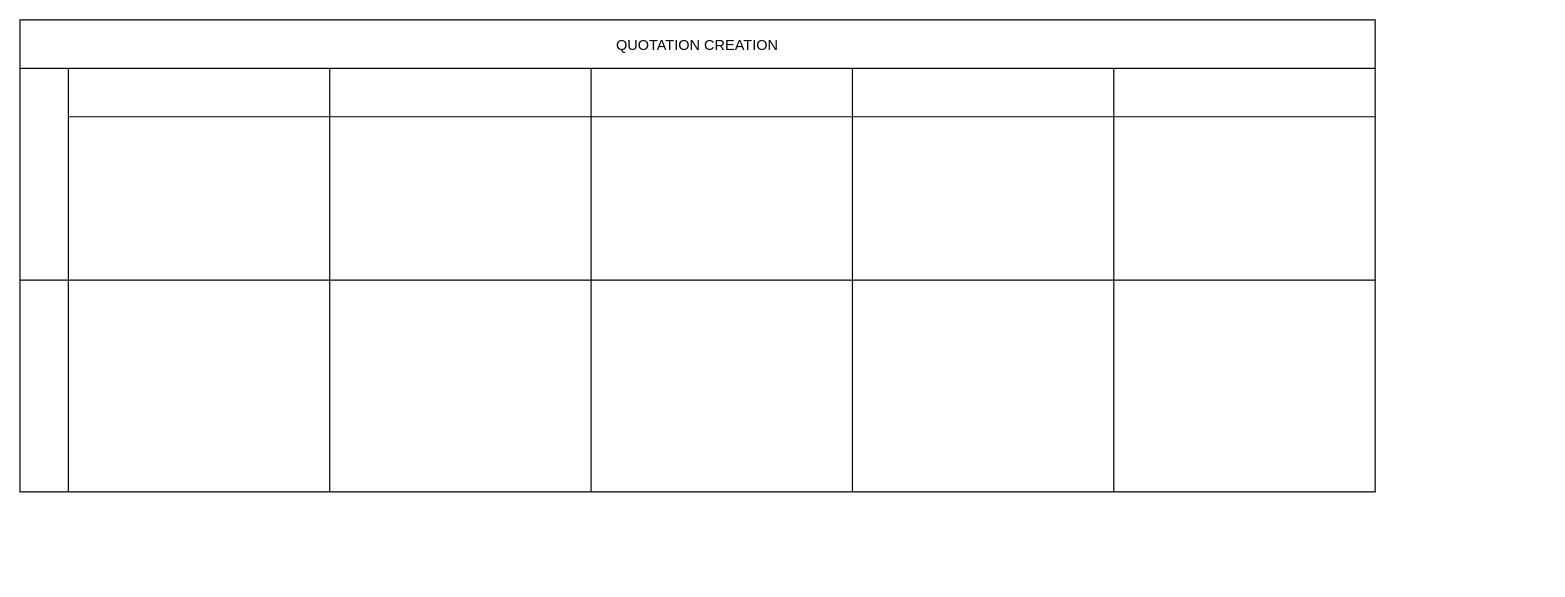
The draw.io diagram SGB/SGBG_Quotation.drawio in Iswariya-LMNAs/Diagrams, before the edit. Source tidied: cells renumbered, new cells numbered last; positions are measured from the earlier drawing's top-left corner, leaving out a move shared by most shapes. Both pictures are drawn from the tidied source at 121%, with x=0, y=0 at pixel (19, 19).
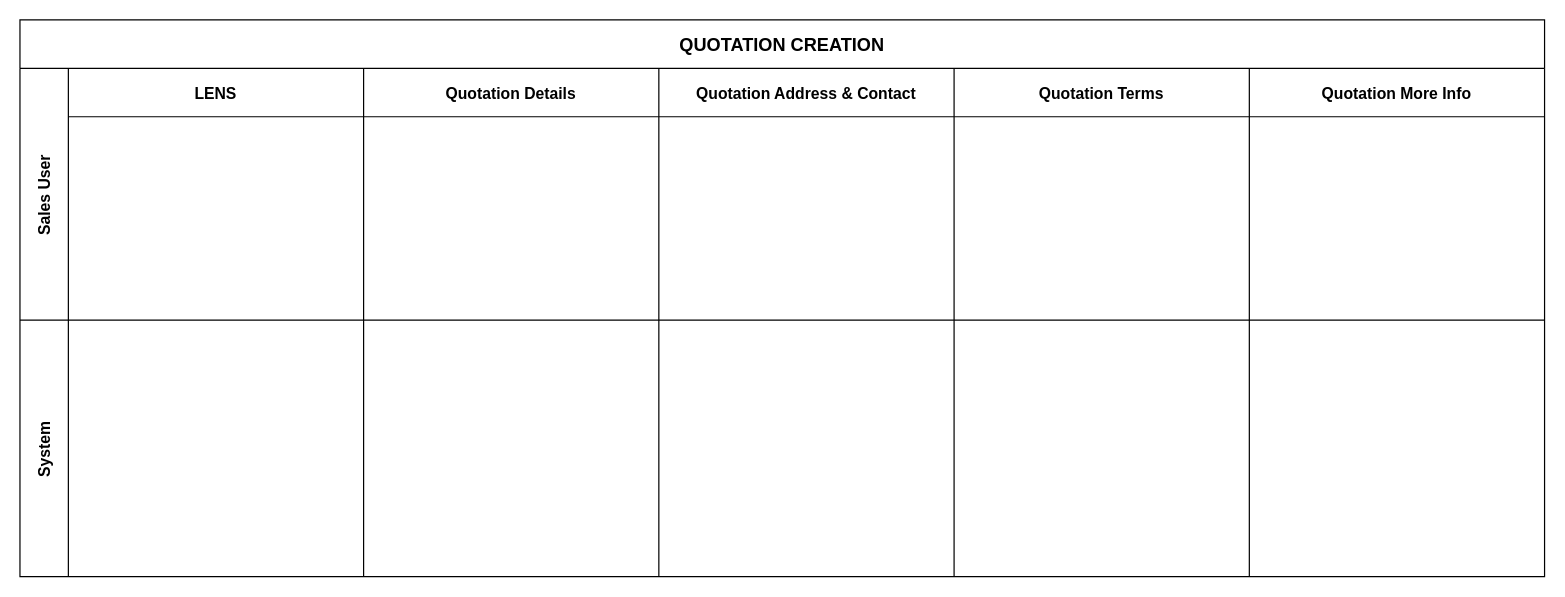
The same diagram, later.

What changed in the source:
```diff
@@
 <mxGraphModel>
   <root>
     <mxCell id="0" />
     <mxCell id="1" parent="0" />
-    <mxCell id="2" value="QUOTATION CREATION" style="shape=table;childLayout=tableLayout;startSize=40;" parent="1" vertex="1">
-      <mxGeometry width="1120" height="390" as="geometry" />
+    <mxCell id="2" value="QUOTATION CREATION" style="shape=table;childLayout=tableLayout;startSize=40;fontSize=15;fontStyle=1;" parent="1" vertex="1">
+      <mxGeometry width="1260" height="460" as="geometry" />
     </mxCell>
-    <mxCell id="3" style="shape=tableRow;horizontal=0;swimlaneHead=0;swimlaneBody=0;top=0;left=0;strokeColor=inherit;bottom=0;right=0;fontStyle=0;fillColor=none;startSize=40;" parent="2" vertex="1">
-      <mxGeometry y="40" width="1120" height="175" as="geometry" />
+    <mxCell id="3" value="Sales User" style="shape=tableRow;horizontal=0;swimlaneHead=0;swimlaneBody=0;top=0;left=0;strokeColor=inherit;bottom=0;right=0;fontStyle=1;fillColor=none;startSize=40;fontSize=13;" parent="2" vertex="1">
+      <mxGeometry y="40" width="1260" height="208" as="geometry" />
     </mxCell>
-    <mxCell id="4" style="swimlane;swimlaneHead=0;swimlaneBody=0;fontStyle=0;strokeColor=inherit;fillColor=none;startSize=40;" parent="3" vertex="1">
-      <mxGeometry x="40" width="216" height="175" as="geometry" />
+    <mxCell id="4" value="LENS" style="swimlane;swimlaneHead=0;swimlaneBody=0;fontStyle=1;strokeColor=inherit;fillColor=none;startSize=40;fontSize=13;" parent="3" vertex="1">
+      <mxGeometry x="40" width="244" height="208" as="geometry" />
     </mxCell>
-    <mxCell id="5" style="swimlane;swimlaneHead=0;swimlaneBody=0;fontStyle=0;strokeColor=inherit;fillColor=none;startSize=40;" parent="3" vertex="1">
-      <mxGeometry x="256" width="216" height="175" as="geometry" />
+    <mxCell id="5" value="Quotation Details" style="swimlane;swimlaneHead=0;swimlaneBody=0;fontStyle=1;strokeColor=inherit;fillColor=none;startSize=40;fontSize=13;" parent="3" vertex="1">
+      <mxGeometry x="284" width="244" height="208" as="geometry" />
     </mxCell>
-    <mxCell id="6" style="swimlane;swimlaneHead=0;swimlaneBody=0;fontStyle=0;strokeColor=inherit;fillColor=none;startSize=40;" parent="3" vertex="1">
-      <mxGeometry x="472" width="216" height="175" as="geometry" />
+    <mxCell id="6" value="Quotation Address &amp; Contact" style="swimlane;swimlaneHead=0;swimlaneBody=0;fontStyle=1;strokeColor=inherit;fillColor=none;startSize=40;fontSize=13;" parent="3" vertex="1">
+      <mxGeometry x="528" width="244" height="208" as="geometry" />
     </mxCell>
-    <mxCell id="7" style="swimlane;swimlaneHead=0;swimlaneBody=0;fontStyle=0;strokeColor=inherit;fillColor=none;startSize=40;" parent="3" vertex="1">
-      <mxGeometry x="688" width="216" height="175" as="geometry" />
+    <mxCell id="7" value="Quotation Terms" style="swimlane;swimlaneHead=0;swimlaneBody=0;fontStyle=1;strokeColor=inherit;fillColor=none;startSize=40;fontSize=13;" parent="3" vertex="1">
+      <mxGeometry x="772" width="244" height="208" as="geometry" />
     </mxCell>
-    <mxCell id="8" style="swimlane;swimlaneHead=0;swimlaneBody=0;fontStyle=0;strokeColor=inherit;fillColor=none;startSize=40;" parent="3" vertex="1">
-      <mxGeometry x="904" width="216" height="175" as="geometry" />
+    <mxCell id="8" value="Quotation More Info" style="swimlane;swimlaneHead=0;swimlaneBody=0;fontStyle=1;strokeColor=inherit;fillColor=none;startSize=40;fontSize=13;" parent="3" vertex="1">
+      <mxGeometry x="1016" width="244" height="208" as="geometry" />
     </mxCell>
-    <mxCell id="9" style="shape=tableRow;horizontal=0;swimlaneHead=0;swimlaneBody=0;top=0;left=0;strokeColor=inherit;bottom=0;right=0;fontStyle=0;fillColor=none;startSize=40;" parent="2" vertex="1">
-      <mxGeometry y="215" width="1120" height="175" as="geometry" />
+    <mxCell id="9" value="System" style="shape=tableRow;horizontal=0;swimlaneHead=0;swimlaneBody=0;top=0;left=0;strokeColor=inherit;bottom=0;right=0;fontStyle=1;fillColor=none;startSize=40;fontSize=13;" parent="2" vertex="1">
+      <mxGeometry y="248" width="1260" height="212" as="geometry" />
     </mxCell>
-    <mxCell id="10" style="swimlane;swimlaneHead=0;swimlaneBody=0;fontStyle=0;strokeColor=inherit;fillColor=none;startSize=0;" parent="9" vertex="1">
-      <mxGeometry x="40" width="216" height="175" as="geometry" />
+    <mxCell id="10" style="swimlane;swimlaneHead=0;swimlaneBody=0;fontStyle=1;strokeColor=inherit;fillColor=none;startSize=0;fontSize=13;" parent="9" vertex="1">
+      <mxGeometry x="40" width="244" height="212" as="geometry" />
     </mxCell>
-    <mxCell id="11" style="swimlane;swimlaneHead=0;swimlaneBody=0;fontStyle=0;strokeColor=inherit;fillColor=none;startSize=0;" parent="9" vertex="1">
-      <mxGeometry x="256" width="216" height="175" as="geometry" />
+    <mxCell id="11" style="swimlane;swimlaneHead=0;swimlaneBody=0;fontStyle=1;strokeColor=inherit;fillColor=none;startSize=0;fontSize=13;" parent="9" vertex="1">
+      <mxGeometry x="284" width="244" height="212" as="geometry" />
     </mxCell>
-    <mxCell id="12" style="swimlane;swimlaneHead=0;swimlaneBody=0;fontStyle=0;strokeColor=inherit;fillColor=none;startSize=0;" parent="9" vertex="1">
-      <mxGeometry x="472" width="216" height="175" as="geometry" />
+    <mxCell id="12" style="swimlane;swimlaneHead=0;swimlaneBody=0;fontStyle=1;strokeColor=inherit;fillColor=none;startSize=0;fontSize=13;" parent="9" vertex="1">
+      <mxGeometry x="528" width="244" height="212" as="geometry" />
     </mxCell>
-    <mxCell id="13" style="swimlane;swimlaneHead=0;swimlaneBody=0;fontStyle=0;strokeColor=inherit;fillColor=none;startSize=0;" parent="9" vertex="1">
-      <mxGeometry x="688" width="216" height="175" as="geometry" />
+    <mxCell id="13" style="swimlane;swimlaneHead=0;swimlaneBody=0;fontStyle=1;strokeColor=inherit;fillColor=none;startSize=0;fontSize=13;" parent="9" vertex="1">
+      <mxGeometry x="772" width="244" height="212" as="geometry" />
     </mxCell>
-    <mxCell id="14" style="swimlane;swimlaneHead=0;swimlaneBody=0;fontStyle=0;strokeColor=inherit;fillColor=none;startSize=0;" parent="9" vertex="1">
-      <mxGeometry x="904" width="216" height="175" as="geometry" />
+    <mxCell id="14" style="swimlane;swimlaneHead=0;swimlaneBody=0;fontStyle=1;strokeColor=inherit;fillColor=none;startSize=0;fontSize=13;" parent="9" vertex="1">
+      <mxGeometry x="1016" width="244" height="212" as="geometry" />
     </mxCell>
   </root>
 </mxGraphModel>
```
